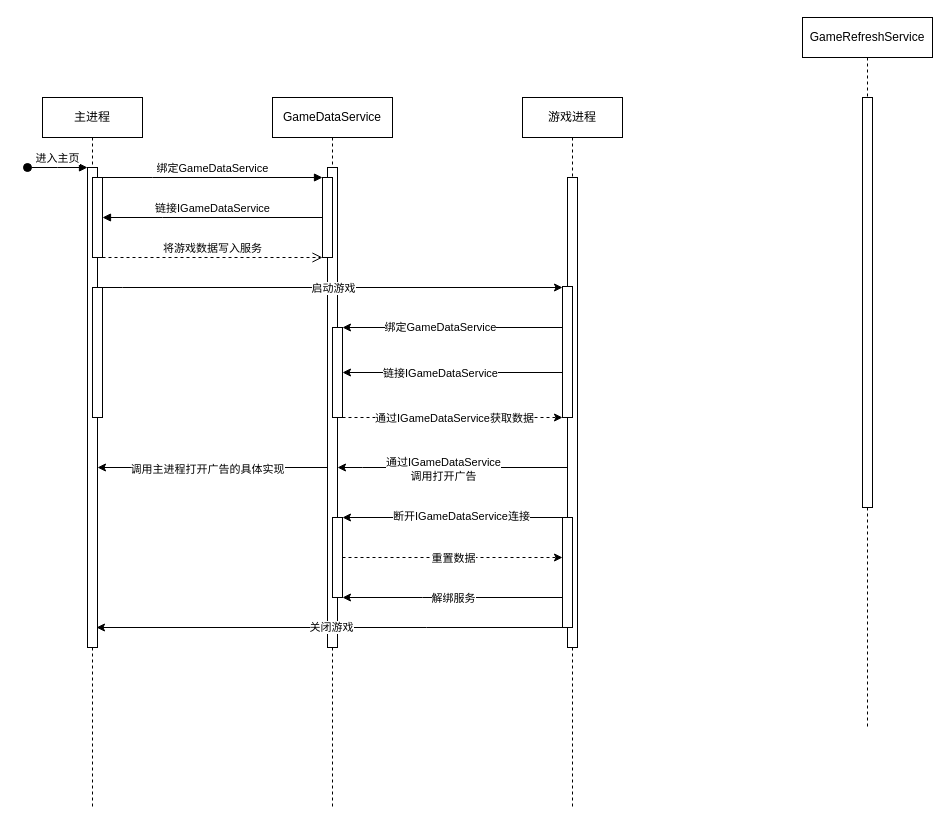
Before: 未命名绘图.drawio in Discredited/Discredited.github.io, a draw.io diagram. Source tidied: cells renumbered, new cells numbered last; positions are measured from the earlier drawing's top-left corner, leaving out a move shared by most shapes. Both pictures are drawn from the tidied source at 100%, with x=0, y=0 at pixel (27, 17).
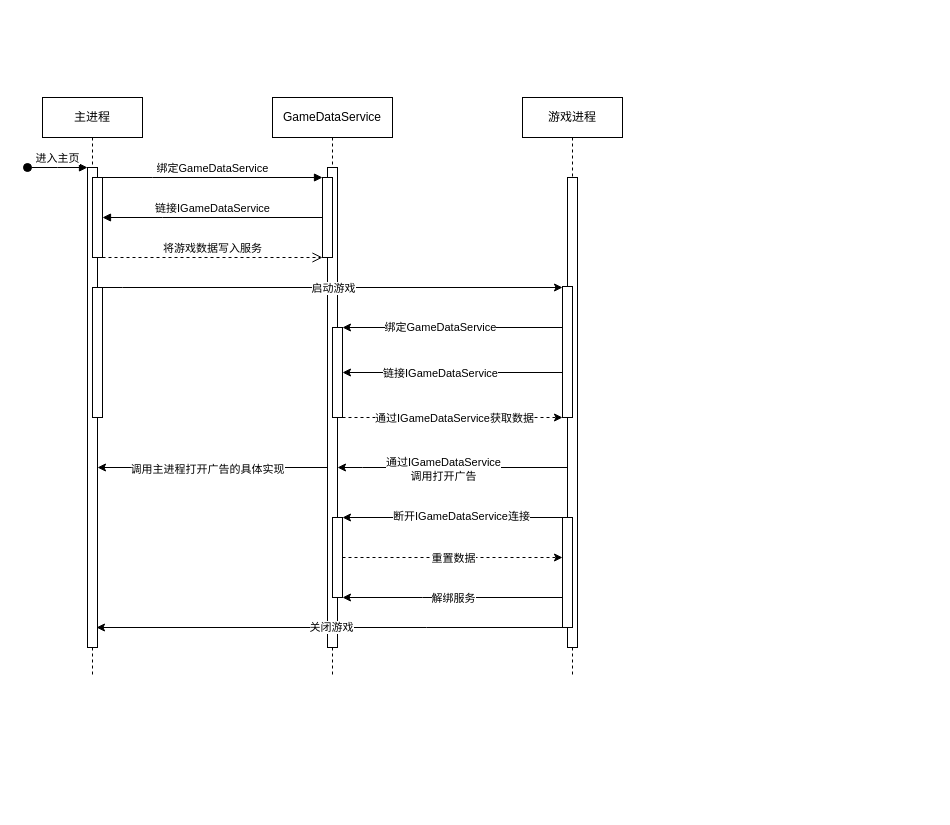
Above is the later version.

Commit message:
更新未命名绘图.drawio

What changed in the source:
```diff
@@
     <mxCell id="2" value="主进程" style="shape=umlLifeline;perimeter=lifelinePerimeter;whiteSpace=wrap;html=1;newEdgeStyle={&quot;edgeStyle&quot;:&quot;elbowEdgeStyle&quot;,&quot;elbow&quot;:&quot;vertical&quot;,&quot;curved&quot;:0,&quot;rounded&quot;:0};" parent="1" vertex="1">
-      <mxGeometry x="15" y="80" width="100" height="710" as="geometry" />
+      <mxGeometry x="15" y="80" width="100" height="580" as="geometry" />
     </mxCell>
@@
     <mxCell id="7" value="GameDataService" style="shape=umlLifeline;perimeter=lifelinePerimeter;whiteSpace=wrap;html=1;newEdgeStyle={&quot;edgeStyle&quot;:&quot;elbowEdgeStyle&quot;,&quot;elbow&quot;:&quot;vertical&quot;,&quot;curved&quot;:0,&quot;rounded&quot;:0};" parent="1" vertex="1">
-      <mxGeometry x="245" y="80" width="120" height="710" as="geometry" />
+      <mxGeometry x="245" y="80" width="120" height="580" as="geometry" />
     </mxCell>
@@
-    <mxCell id="15" value="GameRefreshService" style="shape=umlLifeline;perimeter=lifelinePerimeter;whiteSpace=wrap;html=1;newEdgeStyle={&quot;edgeStyle&quot;:&quot;elbowEdgeStyle&quot;,&quot;elbow&quot;:&quot;vertical&quot;,&quot;curved&quot;:0,&quot;rounded&quot;:0};" parent="1" vertex="1">
-      <mxGeometry x="775" width="130" height="710" as="geometry" />
-    </mxCell>
-    <mxCell id="16" style="html=1;perimeter=orthogonalPerimeter;targetShapes=umlLifeline;newEdgeStyle={&quot;edgeStyle&quot;:&quot;elbowEdgeStyle&quot;,&quot;elbow&quot;:&quot;vertical&quot;,&quot;curved&quot;:0,&quot;rounded&quot;:0};" parent="15" vertex="1">
-      <mxGeometry x="60" y="80" width="10" height="410" as="geometry" />
-    </mxCell>
     <mxCell id="17" value="游戏进程" style="shape=umlLifeline;perimeter=lifelinePerimeter;whiteSpace=wrap;html=1;newEdgeStyle={&quot;edgeStyle&quot;:&quot;elbowEdgeStyle&quot;,&quot;elbow&quot;:&quot;vertical&quot;,&quot;curved&quot;:0,&quot;rounded&quot;:0};" parent="1" vertex="1">
-      <mxGeometry x="495" y="80" width="100" height="710" as="geometry" />
+      <mxGeometry x="495" y="80" width="100" height="580" as="geometry" />
     </mxCell>
```
